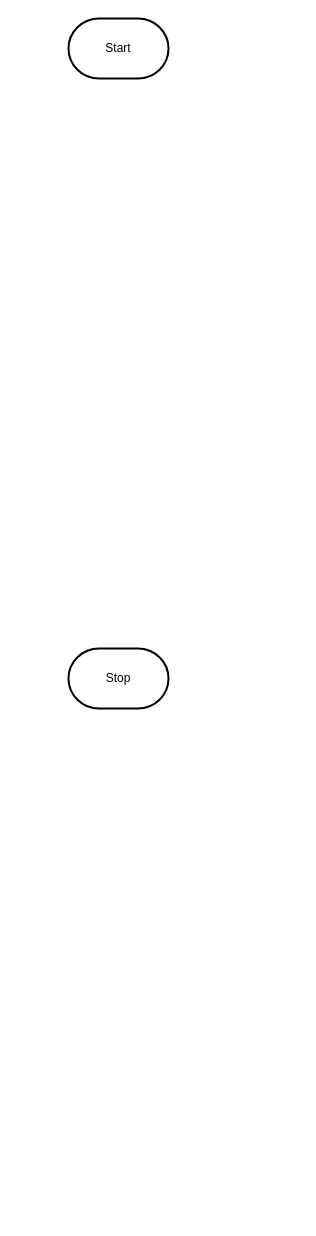
The draw.io diagram design/flow-chart.drawio in Liya-Getachew/ICS2O-Unit6-03-JSON, before the edit. Source tidied: cells renumbered, new cells numbered last; positions are measured from the earlier drawing's top-left corner, leaving out a move shared by most shapes. Both pictures are drawn from the tidied source at 100%, with x=0, y=0 at pixel (68, 18).
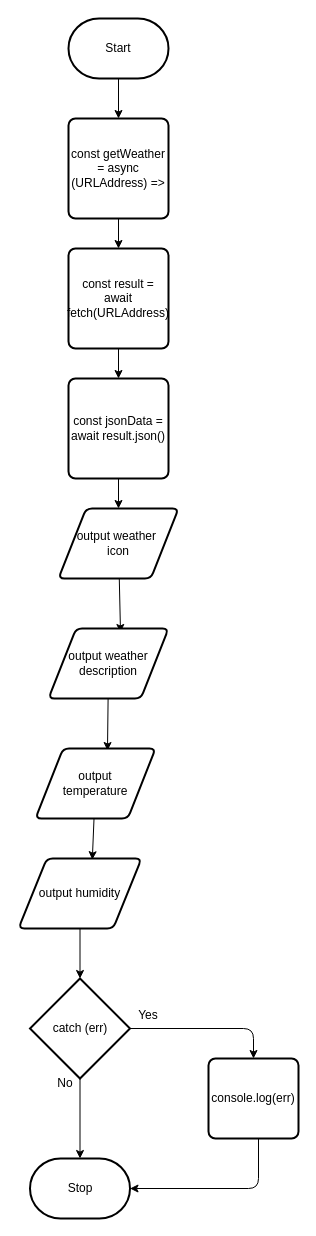
The same diagram, later.

Unchanged cells that the change refers to:
```xml
<mxCell id="2" value="Start" style="strokeWidth=2;html=1;shape=mxgraph.flowchart.terminator;whiteSpace=wrap;" parent="1" vertex="1">
  <mxGeometry width="100" height="60" as="geometry" />
</mxCell>
```

Diff of the diagram source:
```diff
@@
+    <mxCell id="4" style="edgeStyle=none;html=1;" parent="1" edge="1" source="2" target="6">
+      <mxGeometry relative="1" as="geometry" />
+    </mxCell>
@@
     <mxCell id="3" value="Stop" style="strokeWidth=2;html=1;shape=mxgraph.flowchart.terminator;whiteSpace=wrap;" parent="1" vertex="1">
-      <mxGeometry y="630" width="100" height="60" as="geometry" />
+      <mxGeometry x="-38.5" y="1140" width="100" height="60" as="geometry" />
     </mxCell>
+    <mxCell id="5" style="edgeStyle=none;html=1;entryX=0.5;entryY=0;entryDx=0;entryDy=0;" parent="1" edge="1" source="6" target="8">
+      <mxGeometry relative="1" as="geometry" />
+    </mxCell>
+    <mxCell id="6" value="const getWeather&lt;br&gt;= async (URLAddress) =&amp;gt;" style="rounded=1;whiteSpace=wrap;html=1;absoluteArcSize=1;arcSize=14;strokeWidth=2;" parent="1" vertex="1">
+      <mxGeometry y="100" width="100" height="100" as="geometry" />
+    </mxCell>
+    <mxCell id="7" style="edgeStyle=none;html=1;entryX=0.5;entryY=0;entryDx=0;entryDy=0;" parent="1" edge="1" source="8" target="10">
+      <mxGeometry relative="1" as="geometry" />
+    </mxCell>
+    <mxCell id="8" value="const result = await fetch(URLAddress)" style="rounded=1;whiteSpace=wrap;html=1;absoluteArcSize=1;arcSize=14;strokeWidth=2;" parent="1" vertex="1">
+      <mxGeometry y="230" width="100" height="100" as="geometry" />
+    </mxCell>
+    <mxCell id="9" style="edgeStyle=none;html=1;entryX=0.5;entryY=0;entryDx=0;entryDy=0;" parent="1" edge="1" source="10" target="13">
+      <mxGeometry relative="1" as="geometry" />
+    </mxCell>
+    <mxCell id="10" value="const jsonData = await result.json()" style="rounded=1;whiteSpace=wrap;html=1;absoluteArcSize=1;arcSize=14;strokeWidth=2;" parent="1" vertex="1">
+      <mxGeometry y="360" width="100" height="100" as="geometry" />
+    </mxCell>
+    <mxCell id="11" style="edgeStyle=none;html=1;startArrow=none;" parent="1" edge="1" source="15">
+      <mxGeometry relative="1" as="geometry">
+        <mxPoint x="50" y="645" as="targetPoint" />
+      </mxGeometry>
+    </mxCell>
+    <mxCell id="12" style="edgeStyle=none;html=1;entryX=0.6;entryY=0.057;entryDx=0;entryDy=0;entryPerimeter=0;" parent="1" edge="1" source="13" target="15">
+      <mxGeometry relative="1" as="geometry" />
+    </mxCell>
+    <mxCell id="13" value="output weather&amp;nbsp;&lt;br&gt;icon" style="shape=parallelogram;html=1;strokeWidth=2;perimeter=parallelogramPerimeter;whiteSpace=wrap;rounded=1;arcSize=12;size=0.23;" parent="1" vertex="1">
+      <mxGeometry x="-10" y="490" width="120" height="70" as="geometry" />
+    </mxCell>
+    <mxCell id="14" style="edgeStyle=none;html=1;entryX=0.6;entryY=0.029;entryDx=0;entryDy=0;entryPerimeter=0;" parent="1" edge="1" source="15" target="17">
+      <mxGeometry relative="1" as="geometry" />
+    </mxCell>
+    <mxCell id="15" value="output weather&lt;br&gt;description" style="shape=parallelogram;html=1;strokeWidth=2;perimeter=parallelogramPerimeter;whiteSpace=wrap;rounded=1;arcSize=12;size=0.23;" parent="1" vertex="1">
+      <mxGeometry x="-20" y="610" width="120" height="70" as="geometry" />
+    </mxCell>
+    <mxCell id="16" style="edgeStyle=none;html=1;entryX=0.6;entryY=0.017;entryDx=0;entryDy=0;entryPerimeter=0;" parent="1" edge="1" source="17" target="19">
+      <mxGeometry relative="1" as="geometry" />
+    </mxCell>
+    <mxCell id="17" value="output &lt;br&gt;temperature" style="shape=parallelogram;html=1;strokeWidth=2;perimeter=parallelogramPerimeter;whiteSpace=wrap;rounded=1;arcSize=12;size=0.23;" parent="1" vertex="1">
+      <mxGeometry x="-33" y="730" width="120" height="70" as="geometry" />
+    </mxCell>
+    <mxCell id="18" style="edgeStyle=none;html=1;entryX=0.5;entryY=0;entryDx=0;entryDy=0;entryPerimeter=0;" parent="1" edge="1" source="19" target="22">
+      <mxGeometry relative="1" as="geometry" />
+    </mxCell>
+    <mxCell id="19" value="output humidity" style="shape=parallelogram;html=1;strokeWidth=2;perimeter=parallelogramPerimeter;whiteSpace=wrap;rounded=1;arcSize=12;size=0.23;" parent="1" vertex="1">
+      <mxGeometry x="-50" y="840" width="123" height="70" as="geometry" />
+    </mxCell>
+    <mxCell id="20" style="edgeStyle=none;html=1;entryX=0.5;entryY=0;entryDx=0;entryDy=0;entryPerimeter=0;" parent="1" edge="1" source="22" target="3">
+      <mxGeometry relative="1" as="geometry" />
+    </mxCell>
+    <mxCell id="21" style="edgeStyle=orthogonalEdgeStyle;html=1;entryX=0.5;entryY=0;entryDx=0;entryDy=0;" parent="1" edge="1" source="22" target="24">
+      <mxGeometry relative="1" as="geometry" />
+    </mxCell>
+    <mxCell id="22" value="catch (err)" style="strokeWidth=2;html=1;shape=mxgraph.flowchart.decision;whiteSpace=wrap;" parent="1" vertex="1">
+      <mxGeometry x="-38.5" y="960" width="100" height="100" as="geometry" />
+    </mxCell>
+    <mxCell id="23" style="edgeStyle=orthogonalEdgeStyle;html=1;entryX=1;entryY=0.5;entryDx=0;entryDy=0;entryPerimeter=0;" parent="1" edge="1" source="24" target="3">
+      <mxGeometry relative="1" as="geometry">
+        <Array as="points">
+          <mxPoint x="190" y="1170" />
+        </Array>
+      </mxGeometry>
+    </mxCell>
+    <mxCell id="24" value="console.log(err)" style="rounded=1;whiteSpace=wrap;html=1;absoluteArcSize=1;arcSize=14;strokeWidth=2;" parent="1" vertex="1">
+      <mxGeometry x="140" y="1040" width="90" height="80" as="geometry" />
+    </mxCell>
+    <mxCell id="25" value="No" style="text;html=1;strokeColor=none;fillColor=none;align=center;verticalAlign=middle;whiteSpace=wrap;rounded=0;" parent="1" vertex="1">
+      <mxGeometry x="-33" y="1050" width="60" height="30" as="geometry" />
+    </mxCell>
+    <mxCell id="26" value="Yes" style="text;html=1;strokeColor=none;fillColor=none;align=center;verticalAlign=middle;whiteSpace=wrap;rounded=0;" parent="1" vertex="1">
+      <mxGeometry x="50" y="982" width="60" height="30" as="geometry" />
+    </mxCell>
```
